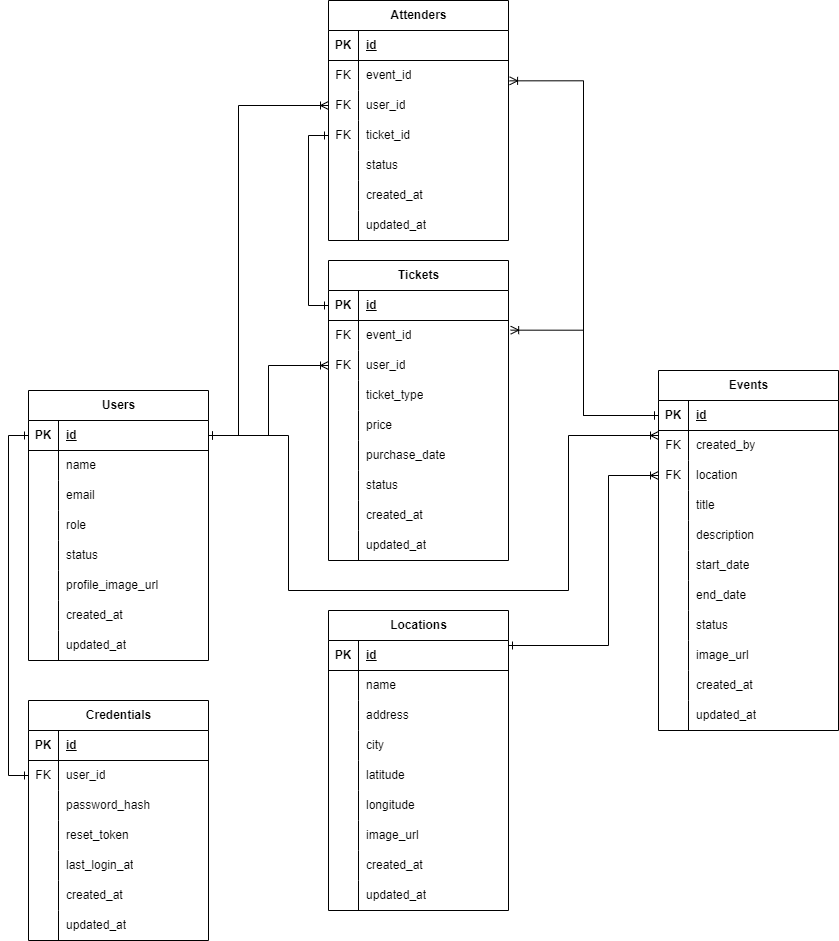
This is docs/ER Diagram Event Managment.drawio.png from HX-FMontoya/event-management-api, a draw.io export, as it was before one commit. Source tidied: cells renumbered, new cells last; positions are measured from the earlier drawing's top-left corner, leaving out a move shared by most shapes.
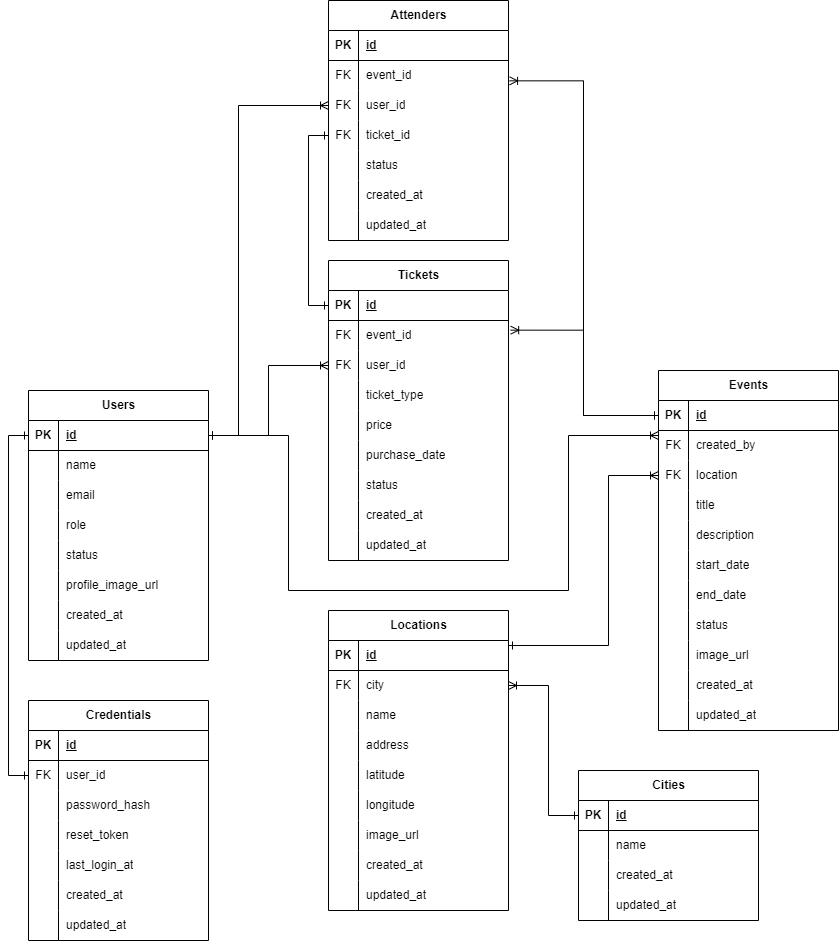
Above is the later version.

Commit message:
Update ER diagram with the new city table

Change to the diagram source:
```diff
@@ -275,8 +275,17 @@
     <mxCell id="92" value="id" style="shape=partialRectangle;fillColor=none;top=0;left=0;bottom=0;right=0;align=left;spacingLeft=6;fontStyle=5;overflow=hidden;whiteSpace=wrap;html=1;" parent="90" vertex="1">
       <mxGeometry x="30" width="150" height="30" as="geometry" />
     </mxCell>
+    <mxCell id="99" style="shape=tableRow;horizontal=0;startSize=0;swimlaneHead=0;swimlaneBody=0;fillColor=none;points=[[0,0.5],[1,0.5]];portConstraint=eastwest;top=0;left=0;right=0;bottom=0;" parent="89" vertex="1">
+      <mxGeometry y="60" width="180" height="30" as="geometry" />
+    </mxCell>
+    <mxCell id="100" value="FK" style="shape=partialRectangle;fillColor=none;top=0;left=0;bottom=0;right=0;overflow=hidden;whiteSpace=wrap;html=1;" parent="99" vertex="1">
+      <mxGeometry width="30" height="30" as="geometry" />
+    </mxCell>
+    <mxCell id="101" value="city" style="shape=partialRectangle;fillColor=none;top=0;left=0;bottom=0;right=0;align=left;spacingLeft=6;overflow=hidden;whiteSpace=wrap;html=1;" parent="99" vertex="1">
+      <mxGeometry x="30" width="150" height="30" as="geometry" />
+    </mxCell>
     <mxCell id="93" style="shape=tableRow;horizontal=0;startSize=0;swimlaneHead=0;swimlaneBody=0;fillColor=none;top=0;left=0;right=0;bottom=0;" parent="89" vertex="1">
-      <mxGeometry y="60" width="180" height="30" as="geometry" />
+      <mxGeometry y="90" width="180" height="30" as="geometry" />
     </mxCell>
     <mxCell id="94" style="shape=partialRectangle;fillColor=none;top=0;left=0;bottom=0;right=0;overflow=hidden;whiteSpace=wrap;html=1;" parent="93" vertex="1">
       <mxGeometry width="30" height="30" as="geometry" />
@@ -285,7 +294,7 @@
       <mxGeometry x="30" width="150" height="30" as="geometry" />
     </mxCell>
     <mxCell id="96" style="shape=tableRow;horizontal=0;startSize=0;swimlaneHead=0;swimlaneBody=0;fillColor=none;top=0;left=0;right=0;bottom=0;" parent="89" vertex="1">
-      <mxGeometry y="90" width="180" height="30" as="geometry" />
+      <mxGeometry y="120" width="180" height="30" as="geometry" />
     </mxCell>
     <mxCell id="97" style="shape=partialRectangle;fillColor=none;top=0;left=0;bottom=0;right=0;overflow=hidden;whiteSpace=wrap;html=1;" parent="96" vertex="1">
       <mxGeometry width="30" height="30" as="geometry" />
@@ -293,15 +302,6 @@
     <mxCell id="98" value="address" style="shape=partialRectangle;fillColor=none;top=0;left=0;bottom=0;right=0;align=left;spacingLeft=6;overflow=hidden;whiteSpace=wrap;html=1;" parent="96" vertex="1">
       <mxGeometry x="30" width="150" height="30" as="geometry" />
     </mxCell>
-    <mxCell id="99" style="shape=tableRow;horizontal=0;startSize=0;swimlaneHead=0;swimlaneBody=0;fillColor=none;points=[[0,0.5],[1,0.5]];portConstraint=eastwest;top=0;left=0;right=0;bottom=0;" parent="89" vertex="1">
-      <mxGeometry y="120" width="180" height="30" as="geometry" />
-    </mxCell>
-    <mxCell id="100" style="shape=partialRectangle;fillColor=none;top=0;left=0;bottom=0;right=0;overflow=hidden;whiteSpace=wrap;html=1;" parent="99" vertex="1">
-      <mxGeometry width="30" height="30" as="geometry" />
-    </mxCell>
-    <mxCell id="101" value="city" style="shape=partialRectangle;fillColor=none;top=0;left=0;bottom=0;right=0;align=left;spacingLeft=6;overflow=hidden;whiteSpace=wrap;html=1;" parent="99" vertex="1">
-      <mxGeometry x="30" width="150" height="30" as="geometry" />
-    </mxCell>
     <mxCell id="102" style="shape=tableRow;horizontal=0;startSize=0;swimlaneHead=0;swimlaneBody=0;fillColor=none;top=0;left=0;right=0;bottom=0;" parent="89" vertex="1">
       <mxGeometry y="150" width="180" height="30" as="geometry" />
     </mxCell>
@@ -520,5 +520,52 @@
     <mxCell id="168" style="edgeStyle=orthogonalEdgeStyle;rounded=0;jettySize=auto;html=1;entryX=0;entryY=0.5;entryDx=0;entryDy=0;endArrow=ERone;endFill=0;startArrow=ERone;startFill=0;" parent="1" edge="1" source="3" target="150">
       <mxGeometry relative="1" as="geometry" />
     </mxCell>
+    <mxCell id="169" value="Cities" style="shape=table;startSize=30;rowLines=0;fontStyle=1;align=center;html=1;" parent="1" vertex="1">
+      <mxGeometry x="550" y="770" width="180" height="150" as="geometry" />
+    </mxCell>
+    <mxCell id="170" style="shape=tableRow;horizontal=0;startSize=0;swimlaneHead=0;swimlaneBody=0;fillColor=none;points=[[0,0.5],[1,0.5]];portConstraint=eastwest;top=0;left=0;right=0;bottom=1;" parent="169" vertex="1">
+      <mxGeometry y="30" width="180" height="30" as="geometry" />
+    </mxCell>
+    <mxCell id="171" value="PK" style="shape=partialRectangle;fillColor=none;top=0;left=0;bottom=0;right=0;fontStyle=1;overflow=hidden;whiteSpace=wrap;html=1;" parent="170" vertex="1">
+      <mxGeometry width="30" height="30" as="geometry" />
+    </mxCell>
+    <mxCell id="172" value="id" style="shape=partialRectangle;fillColor=none;top=0;left=0;bottom=0;right=0;align=left;spacingLeft=6;fontStyle=5;overflow=hidden;whiteSpace=wrap;html=1;" parent="170" vertex="1">
+      <mxGeometry x="30" width="150" height="30" as="geometry" />
+    </mxCell>
+    <mxCell id="173" style="shape=tableRow;horizontal=0;startSize=0;swimlaneHead=0;swimlaneBody=0;fillColor=none;top=0;left=0;right=0;bottom=0;" parent="169" vertex="1">
+      <mxGeometry y="60" width="180" height="30" as="geometry" />
+    </mxCell>
+    <mxCell id="174" style="shape=partialRectangle;fillColor=none;top=0;left=0;bottom=0;right=0;overflow=hidden;whiteSpace=wrap;html=1;" parent="173" vertex="1">
+      <mxGeometry width="30" height="30" as="geometry" />
+    </mxCell>
+    <mxCell id="175" value="name" style="shape=partialRectangle;fillColor=none;top=0;left=0;bottom=0;right=0;align=left;spacingLeft=6;overflow=hidden;whiteSpace=wrap;html=1;" parent="173" vertex="1">
+      <mxGeometry x="30" width="150" height="30" as="geometry" />
+    </mxCell>
+    <mxCell id="176" style="shape=tableRow;horizontal=0;startSize=0;swimlaneHead=0;swimlaneBody=0;fillColor=none;top=0;left=0;right=0;bottom=0;" parent="169" vertex="1">
+      <mxGeometry y="90" width="180" height="30" as="geometry" />
+    </mxCell>
+    <mxCell id="177" style="shape=partialRectangle;fillColor=none;top=0;left=0;bottom=0;right=0;overflow=hidden;whiteSpace=wrap;html=1;" parent="176" vertex="1">
+      <mxGeometry width="30" height="30" as="geometry" />
+    </mxCell>
+    <mxCell id="178" value="created_at" style="shape=partialRectangle;fillColor=none;top=0;left=0;bottom=0;right=0;align=left;spacingLeft=6;overflow=hidden;whiteSpace=wrap;html=1;" parent="176" vertex="1">
+      <mxGeometry x="30" width="150" height="30" as="geometry" />
+    </mxCell>
+    <mxCell id="179" style="shape=tableRow;horizontal=0;startSize=0;swimlaneHead=0;swimlaneBody=0;fillColor=none;top=0;left=0;right=0;bottom=0;" parent="169" vertex="1">
+      <mxGeometry y="120" width="180" height="30" as="geometry" />
+    </mxCell>
+    <mxCell id="180" style="shape=partialRectangle;fillColor=none;top=0;left=0;bottom=0;right=0;overflow=hidden;whiteSpace=wrap;html=1;" parent="179" vertex="1">
+      <mxGeometry width="30" height="30" as="geometry" />
+    </mxCell>
+    <mxCell id="181" value="updated_at" style="shape=partialRectangle;fillColor=none;top=0;left=0;bottom=0;right=0;align=left;spacingLeft=6;overflow=hidden;whiteSpace=wrap;html=1;" parent="179" vertex="1">
+      <mxGeometry x="30" width="150" height="30" as="geometry" />
+    </mxCell>
+    <mxCell id="182" style="edgeStyle=none;html=1;entryX=1;entryY=0.5;entryDx=0;entryDy=0;rounded=0;endArrow=ERoneToMany;endFill=0;startArrow=ERone;startFill=0;" parent="1" edge="1" source="170" target="99">
+      <mxGeometry relative="1" as="geometry">
+        <Array as="points">
+          <mxPoint x="520" y="815" />
+          <mxPoint x="520" y="685" />
+        </Array>
+      </mxGeometry>
+    </mxCell>
   </root>
 </mxGraphModel>
```
